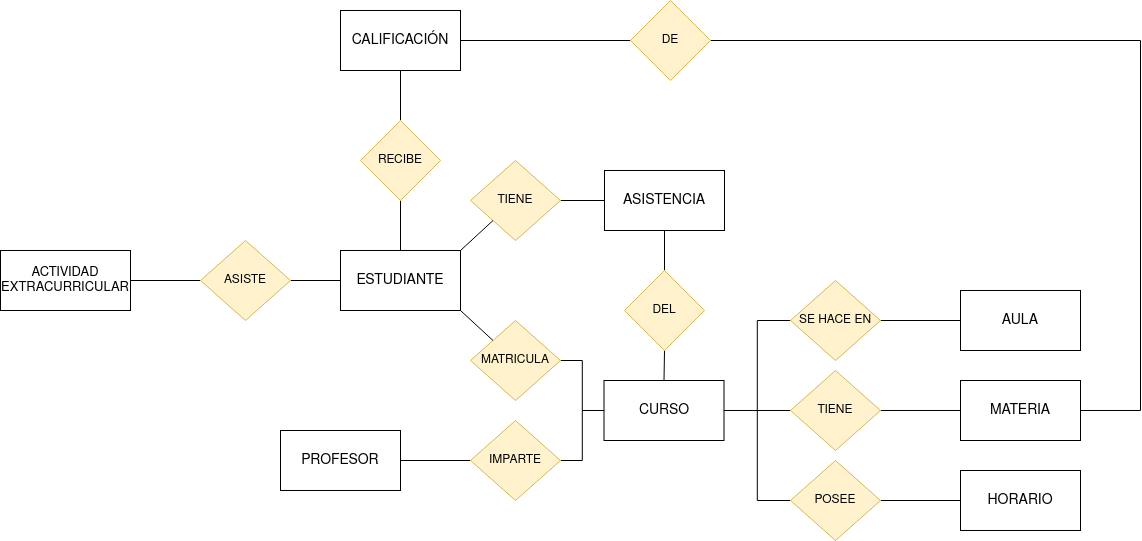
This is Unidad-2/Tareas-entregables/Entregable-1/images/Diagrama-entregable-1.png from IsaiasTolP/Base-Datos, a draw.io export, as it was before one commit. Source tidied: cells renumbered, new cells last; positions are measured from the earlier drawing's top-left corner, leaving out a move shared by most shapes. The source it was exported from:
```xml
<mxGraphModel>
  <root>
    <mxCell id="0" />
    <mxCell id="1" parent="0" />
    <mxCell id="2" style="edgeStyle=orthogonalEdgeStyle;rounded=0;jettySize=auto;html=1;endArrow=none;endFill=0;" parent="1" edge="1" source="3" target="24">
      <mxGeometry relative="1" as="geometry" />
    </mxCell>
    <mxCell id="3" value="ESTUDIANTE" style="rounded=0;whiteSpace=wrap;html=1;fontSize=14;" parent="1" vertex="1">
      <mxGeometry x="340" y="250" width="120" height="60" as="geometry" />
    </mxCell>
    <mxCell id="4" value="CURSO" style="rounded=0;whiteSpace=wrap;html=1;fontSize=14;" parent="1" vertex="1">
      <mxGeometry x="603.5" y="380" width="120" height="60" as="geometry" />
    </mxCell>
    <mxCell id="5" value="PROFESOR" style="rounded=0;whiteSpace=wrap;html=1;fontSize=14;" parent="1" vertex="1">
      <mxGeometry x="280" y="430" width="120" height="60" as="geometry" />
    </mxCell>
    <mxCell id="6" style="edgeStyle=orthogonalEdgeStyle;rounded=0;jettySize=auto;html=1;endArrow=none;endFill=0;" parent="1" edge="1" source="7" target="33">
      <mxGeometry relative="1" as="geometry" />
    </mxCell>
    <mxCell id="7" value="MATERIA" style="rounded=0;whiteSpace=wrap;html=1;fontSize=14;" parent="1" vertex="1">
      <mxGeometry x="960" y="380" width="120" height="60" as="geometry" />
    </mxCell>
    <mxCell id="8" style="edgeStyle=orthogonalEdgeStyle;rounded=0;jettySize=auto;html=1;endArrow=none;endFill=0;" parent="1" edge="1" source="9" target="31">
      <mxGeometry relative="1" as="geometry" />
    </mxCell>
    <mxCell id="9" value="AULA" style="rounded=0;whiteSpace=wrap;html=1;fontSize=14;" parent="1" vertex="1">
      <mxGeometry x="960" y="290" width="120" height="60" as="geometry" />
    </mxCell>
    <mxCell id="10" style="edgeStyle=orthogonalEdgeStyle;rounded=0;jettySize=auto;html=1;exitX=1;exitY=0.5;exitDx=0;exitDy=0;entryX=0;entryY=0.5;entryDx=0;entryDy=0;endArrow=none;endFill=0;" parent="1" edge="1" source="11" target="22">
      <mxGeometry relative="1" as="geometry" />
    </mxCell>
    <mxCell id="11" value="CALIFICACIÓN" style="rounded=0;whiteSpace=wrap;html=1;fontSize=14;" parent="1" vertex="1">
      <mxGeometry x="340" y="10" width="120" height="60" as="geometry" />
    </mxCell>
    <mxCell id="12" style="edgeStyle=orthogonalEdgeStyle;rounded=0;jettySize=auto;html=1;endArrow=none;endFill=0;" parent="1" edge="1" source="13" target="29">
      <mxGeometry relative="1" as="geometry" />
    </mxCell>
    <mxCell id="13" value="HORARIO" style="rounded=0;whiteSpace=wrap;html=1;fontSize=14;" parent="1" vertex="1">
      <mxGeometry x="960" y="470" width="120" height="60" as="geometry" />
    </mxCell>
    <mxCell id="14" value="ASISTENCIA" style="rounded=0;whiteSpace=wrap;html=1;fontSize=14;" parent="1" vertex="1">
      <mxGeometry x="604" y="170" width="120" height="60" as="geometry" />
    </mxCell>
    <mxCell id="15" value="ACTIVIDAD EXTRACURRICULAR" style="rounded=0;whiteSpace=wrap;html=1;fontSize=13;" parent="1" vertex="1">
      <mxGeometry y="250" width="130" height="60" as="geometry" />
    </mxCell>
    <mxCell id="16" style="edgeStyle=orthogonalEdgeStyle;rounded=0;jettySize=auto;html=1;endArrow=none;endFill=0;" parent="1" edge="1" source="17" target="4">
      <mxGeometry relative="1" as="geometry" />
    </mxCell>
    <mxCell id="17" value="MATRICULA" style="rhombus;whiteSpace=wrap;html=1;fillColor=#fff2cc;strokeColor=#d6b656;" parent="1" vertex="1">
      <mxGeometry x="470" y="320" width="90" height="80" as="geometry" />
    </mxCell>
    <mxCell id="18" style="edgeStyle=orthogonalEdgeStyle;rounded=0;jettySize=auto;html=1;endArrow=none;endFill=0;" parent="1" edge="1" source="20" target="3">
      <mxGeometry relative="1" as="geometry" />
    </mxCell>
    <mxCell id="19" style="edgeStyle=orthogonalEdgeStyle;rounded=0;jettySize=auto;html=1;endArrow=none;endFill=0;" parent="1" edge="1" source="20" target="15">
      <mxGeometry relative="1" as="geometry" />
    </mxCell>
    <mxCell id="20" value="ASISTE" style="rhombus;whiteSpace=wrap;html=1;fillColor=#fff2cc;strokeColor=#d6b656;" parent="1" vertex="1">
      <mxGeometry x="200" y="240" width="90" height="80" as="geometry" />
    </mxCell>
    <mxCell id="21" style="edgeStyle=orthogonalEdgeStyle;rounded=0;jettySize=auto;html=1;exitX=1;exitY=0.5;exitDx=0;exitDy=0;entryX=1;entryY=0.5;entryDx=0;entryDy=0;endArrow=none;endFill=0;" parent="1" edge="1" source="22" target="7">
      <mxGeometry relative="1" as="geometry">
        <Array as="points">
          <mxPoint x="1140" y="40" />
          <mxPoint x="1140" y="410" />
        </Array>
      </mxGeometry>
    </mxCell>
    <mxCell id="22" value="DE" style="rhombus;whiteSpace=wrap;html=1;fillColor=#fff2cc;strokeColor=#d6b656;" parent="1" vertex="1">
      <mxGeometry x="630" width="80" height="80" as="geometry" />
    </mxCell>
    <mxCell id="23" style="edgeStyle=orthogonalEdgeStyle;rounded=0;jettySize=auto;html=1;endArrow=none;endFill=0;" parent="1" edge="1" source="24" target="11">
      <mxGeometry relative="1" as="geometry" />
    </mxCell>
    <mxCell id="24" value="RECIBE" style="rhombus;whiteSpace=wrap;html=1;fillColor=#fff2cc;strokeColor=#d6b656;" parent="1" vertex="1">
      <mxGeometry x="360" y="120" width="80" height="80" as="geometry" />
    </mxCell>
    <mxCell id="25" style="edgeStyle=orthogonalEdgeStyle;rounded=0;jettySize=auto;html=1;endArrow=none;endFill=0;" parent="1" edge="1" source="27" target="4">
      <mxGeometry relative="1" as="geometry" />
    </mxCell>
    <mxCell id="26" style="edgeStyle=orthogonalEdgeStyle;rounded=0;jettySize=auto;html=1;endArrow=none;endFill=0;" parent="1" edge="1" source="27" target="5">
      <mxGeometry relative="1" as="geometry" />
    </mxCell>
    <mxCell id="27" value="IMPARTE" style="rhombus;whiteSpace=wrap;html=1;fillColor=#fff2cc;strokeColor=#d6b656;" parent="1" vertex="1">
      <mxGeometry x="470" y="420" width="90" height="80" as="geometry" />
    </mxCell>
    <mxCell id="28" style="edgeStyle=orthogonalEdgeStyle;rounded=0;jettySize=auto;html=1;entryX=1;entryY=0.5;entryDx=0;entryDy=0;endArrow=none;endFill=0;" parent="1" edge="1" source="29" target="4">
      <mxGeometry relative="1" as="geometry" />
    </mxCell>
    <mxCell id="29" value="POSEE" style="rhombus;whiteSpace=wrap;html=1;fillColor=#fff2cc;strokeColor=#d6b656;" parent="1" vertex="1">
      <mxGeometry x="790" y="460" width="90" height="80" as="geometry" />
    </mxCell>
    <mxCell id="30" style="edgeStyle=orthogonalEdgeStyle;rounded=0;jettySize=auto;html=1;entryX=1;entryY=0.5;entryDx=0;entryDy=0;endArrow=none;endFill=0;" parent="1" edge="1" source="31" target="4">
      <mxGeometry relative="1" as="geometry" />
    </mxCell>
    <mxCell id="31" value="SE HACE EN" style="rhombus;whiteSpace=wrap;html=1;fillColor=#fff2cc;strokeColor=#d6b656;" parent="1" vertex="1">
      <mxGeometry x="790" y="280" width="90" height="80" as="geometry" />
    </mxCell>
    <mxCell id="32" style="edgeStyle=orthogonalEdgeStyle;rounded=0;jettySize=auto;html=1;endArrow=none;endFill=0;" parent="1" edge="1" source="33" target="4">
      <mxGeometry relative="1" as="geometry" />
    </mxCell>
    <mxCell id="33" value="TIENE" style="rhombus;whiteSpace=wrap;html=1;fillColor=#fff2cc;strokeColor=#d6b656;" parent="1" vertex="1">
      <mxGeometry x="790" y="370" width="90" height="80" as="geometry" />
    </mxCell>
    <mxCell id="34" style="edgeStyle=orthogonalEdgeStyle;rounded=0;jettySize=auto;html=1;endArrow=none;endFill=0;" parent="1" edge="1" source="35" target="14">
      <mxGeometry relative="1" as="geometry" />
    </mxCell>
    <mxCell id="35" value="TIENE" style="rhombus;whiteSpace=wrap;html=1;fillColor=#fff2cc;strokeColor=#d6b656;" parent="1" vertex="1">
      <mxGeometry x="470" y="160" width="90" height="80" as="geometry" />
    </mxCell>
    <mxCell id="36" style="edgeStyle=orthogonalEdgeStyle;rounded=0;jettySize=auto;html=1;exitX=0.5;exitY=1;exitDx=0;exitDy=0;entryX=0.5;entryY=0;entryDx=0;entryDy=0;endArrow=none;endFill=0;" parent="1" edge="1" source="38" target="4">
      <mxGeometry relative="1" as="geometry" />
    </mxCell>
    <mxCell id="37" style="edgeStyle=orthogonalEdgeStyle;rounded=0;jettySize=auto;html=1;exitX=0.5;exitY=0;exitDx=0;exitDy=0;entryX=0.5;entryY=1;entryDx=0;entryDy=0;endArrow=none;endFill=0;" parent="1" edge="1" source="38" target="14">
      <mxGeometry relative="1" as="geometry" />
    </mxCell>
    <mxCell id="38" value="DEL" style="rhombus;whiteSpace=wrap;html=1;fillColor=#fff2cc;strokeColor=#d6b656;" parent="1" vertex="1">
      <mxGeometry x="624" y="270" width="80" height="80" as="geometry" />
    </mxCell>
    <mxCell id="39" style="endArrow=none;html=1;rounded=0;entryX=0;entryY=1;entryDx=0;entryDy=0;exitX=1;exitY=0;exitDx=0;exitDy=0;" parent="1" edge="1" source="3" target="35">
      <mxGeometry relative="1" as="geometry" />
    </mxCell>
    <mxCell id="40" style="endArrow=none;html=1;rounded=0;entryX=1;entryY=1;entryDx=0;entryDy=0;exitX=0;exitY=0;exitDx=0;exitDy=0;" parent="1" edge="1" source="17" target="3">
      <mxGeometry relative="1" as="geometry" />
    </mxCell>
    <mxCell id="41" style="edgeStyle=orthogonalEdgeStyle;rounded=0;orthogonalLoop=1;jettySize=auto;html=1;exitX=0.5;exitY=1;exitDx=0;exitDy=0;" parent="1" edge="1" source="9" target="9">
      <mxGeometry relative="1" as="geometry" />
    </mxCell>
  </root>
</mxGraphModel>
```
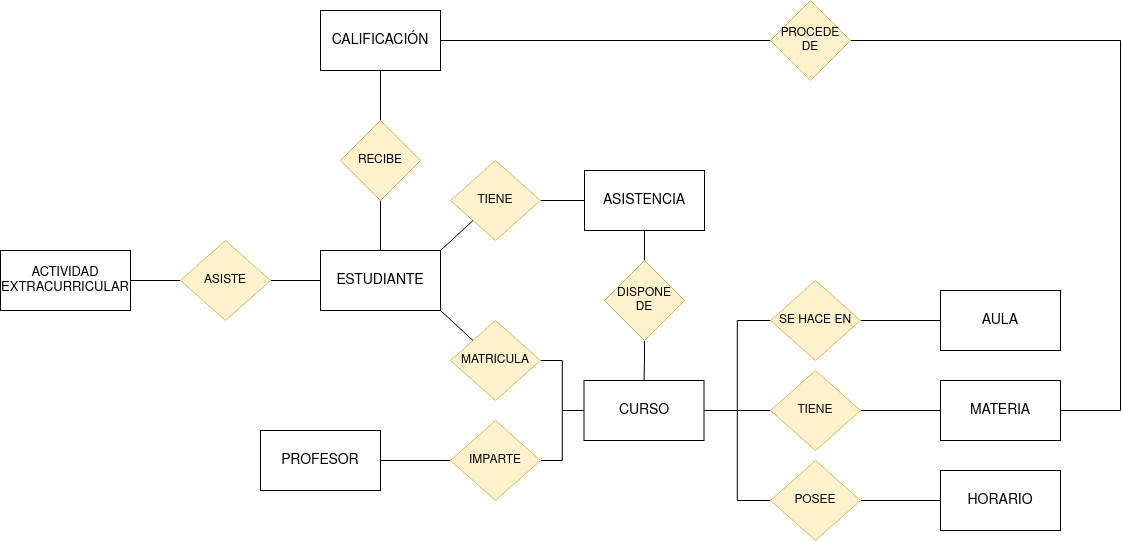
The same diagram one commit later.

Diff of the diagram source:
```diff
@@ -42,7 +42,7 @@
       <mxGeometry x="604" y="170" width="120" height="60" as="geometry" />
     </mxCell>
     <mxCell id="15" value="ACTIVIDAD EXTRACURRICULAR" style="rounded=0;whiteSpace=wrap;html=1;fontSize=13;" parent="1" vertex="1">
-      <mxGeometry y="250" width="130" height="60" as="geometry" />
+      <mxGeometry x="20" y="250" width="130" height="60" as="geometry" />
     </mxCell>
     <mxCell id="16" style="edgeStyle=orthogonalEdgeStyle;rounded=0;jettySize=auto;html=1;endArrow=none;endFill=0;" parent="1" edge="1" source="17" target="4">
       <mxGeometry relative="1" as="geometry" />
@@ -67,8 +67,8 @@
         </Array>
       </mxGeometry>
     </mxCell>
-    <mxCell id="22" value="DE" style="rhombus;whiteSpace=wrap;html=1;fillColor=#fff2cc;strokeColor=#d6b656;" parent="1" vertex="1">
-      <mxGeometry x="630" width="80" height="80" as="geometry" />
+    <mxCell id="22" value="PROCEDE&lt;br&gt;DE" style="rhombus;whiteSpace=wrap;html=1;fillColor=#fff2cc;strokeColor=#d6b656;" parent="1" vertex="1">
+      <mxGeometry x="790" width="80" height="80" as="geometry" />
     </mxCell>
     <mxCell id="23" style="edgeStyle=orthogonalEdgeStyle;rounded=0;jettySize=auto;html=1;endArrow=none;endFill=0;" parent="1" edge="1" source="24" target="11">
       <mxGeometry relative="1" as="geometry" />
@@ -115,8 +115,8 @@
     <mxCell id="37" style="edgeStyle=orthogonalEdgeStyle;rounded=0;jettySize=auto;html=1;exitX=0.5;exitY=0;exitDx=0;exitDy=0;entryX=0.5;entryY=1;entryDx=0;entryDy=0;endArrow=none;endFill=0;" parent="1" edge="1" source="38" target="14">
       <mxGeometry relative="1" as="geometry" />
     </mxCell>
-    <mxCell id="38" value="DEL" style="rhombus;whiteSpace=wrap;html=1;fillColor=#fff2cc;strokeColor=#d6b656;" parent="1" vertex="1">
-      <mxGeometry x="624" y="270" width="80" height="80" as="geometry" />
+    <mxCell id="38" value="DISPONE &lt;br&gt;DE" style="rhombus;whiteSpace=wrap;html=1;fillColor=#fff2cc;strokeColor=#d6b656;" parent="1" vertex="1">
+      <mxGeometry x="624" y="260" width="80" height="80" as="geometry" />
     </mxCell>
     <mxCell id="39" style="endArrow=none;html=1;rounded=0;entryX=0;entryY=1;entryDx=0;entryDy=0;exitX=1;exitY=0;exitDx=0;exitDy=0;" parent="1" edge="1" source="3" target="35">
       <mxGeometry relative="1" as="geometry" />
```
